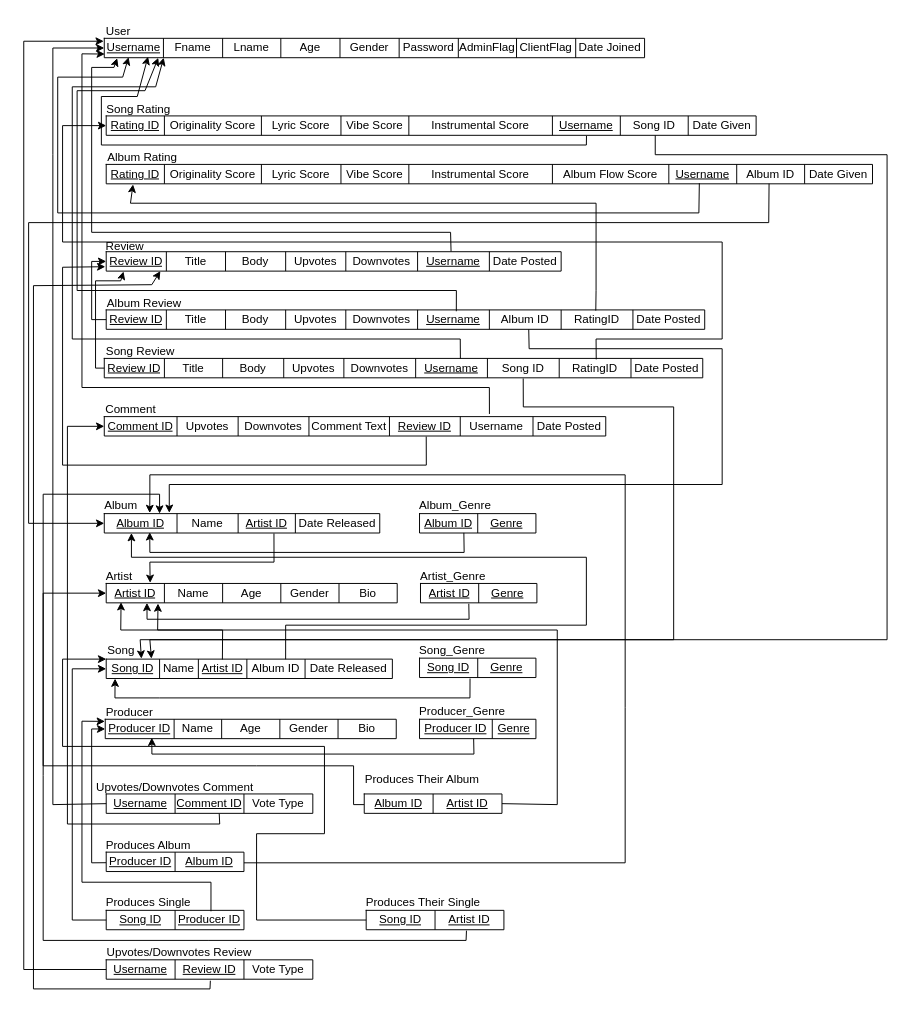
Earlier version of the draw.io diagram CPSC 471 Project RM.drawio (alexchchen/musicrant). Source tidied: cells renumbered, new cells numbered last; positions are measured from the earlier drawing's top-left corner, leaving out a move shared by most shapes. Both pictures are drawn from the tidied source at 97%, with x=0, y=0 at pixel (23, 16).
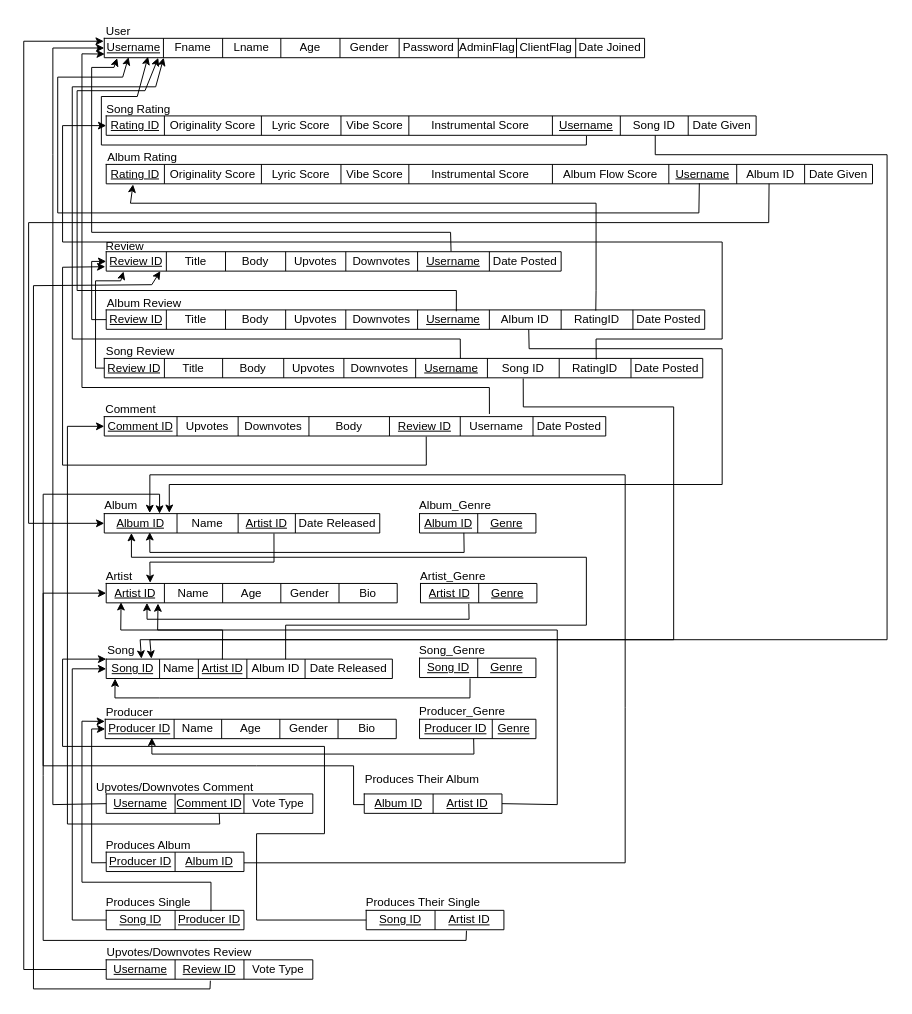
After the change.

Commit message (it also covers changes not shown here):
Change 'Comment_Text' attribute to 'Body'

The change refers to these unchanged cells:
```xml
<mxCell id="79" style="shape=tableRow;horizontal=0;startSize=0;swimlaneHead=0;swimlaneBody=0;strokeColor=inherit;top=0;left=0;bottom=0;right=0;fillColor=none;points=[[0,0.5],[1,0.5]];portConstraint=eastwest;" parent="78" vertex="1">
  <mxGeometry width="517" height="20" as="geometry" />
</mxCell>
```

The edit, as a diff of the source:
```diff
@@
-    <mxCell id="83" value="Comment Text" style="shape=partialRectangle;html=1;whiteSpace=wrap;strokeColor=inherit;overflow=hidden;fillColor=none;top=0;left=0;bottom=0;right=0;" parent="79" vertex="1">
+    <mxCell id="83" value="Body" style="shape=partialRectangle;html=1;whiteSpace=wrap;strokeColor=inherit;overflow=hidden;fillColor=none;top=0;left=0;bottom=0;right=0;" parent="79" vertex="1">
       <mxGeometry x="211" width="83" height="20" as="geometry" />
     </mxCell>
```
